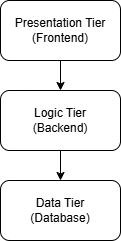
The draw.io diagram architecturaldigram.drawio.png in rushamdr0410/M2, before a commit. Source tidied: cells renumbered, new cells last; positions are measured from the earlier drawing's top-left corner, leaving out a move shared by most shapes. Its diagram source:
```xml
<mxGraphModel>
  <root>
    <mxCell id="0" />
    <mxCell id="1" parent="0" />
    <mxCell id="2" style="edgeStyle=orthogonalEdgeStyle;rounded=0;jettySize=auto;html=1;" parent="1" edge="1" source="3" target="5">
      <mxGeometry relative="1" as="geometry" />
    </mxCell>
    <mxCell id="3" value="Presentation Tier&lt;div&gt;(Frontend)&lt;/div&gt;" style="rounded=1;whiteSpace=wrap;html=1;" parent="1" vertex="1">
      <mxGeometry width="120" height="60" as="geometry" />
    </mxCell>
    <mxCell id="4" style="edgeStyle=orthogonalEdgeStyle;rounded=0;jettySize=auto;html=1;" parent="1" edge="1" source="5" target="6">
      <mxGeometry relative="1" as="geometry" />
    </mxCell>
    <mxCell id="5" value="Logic Tier&lt;div&gt;(Backend)&lt;/div&gt;" style="rounded=1;whiteSpace=wrap;html=1;" parent="1" vertex="1">
      <mxGeometry y="90" width="120" height="60" as="geometry" />
    </mxCell>
    <mxCell id="6" value="Data Tier&lt;div&gt;(Database)&lt;/div&gt;" style="rounded=1;whiteSpace=wrap;html=1;" parent="1" vertex="1">
      <mxGeometry y="180" width="120" height="60" as="geometry" />
    </mxCell>
  </root>
</mxGraphModel>
```
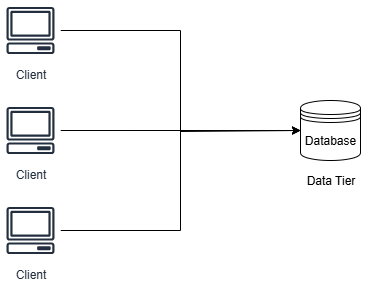
The same file after the commit.

Diff of the diagram source:
```diff
@@ -2,20 +2,41 @@
   <root>
     <mxCell id="0" />
     <mxCell id="1" parent="0" />
-    <mxCell id="2" style="edgeStyle=orthogonalEdgeStyle;rounded=0;jettySize=auto;html=1;" parent="1" edge="1" source="3" target="5">
-      <mxGeometry relative="1" as="geometry" />
-    </mxCell>
-    <mxCell id="3" value="Presentation Tier&lt;div&gt;(Frontend)&lt;/div&gt;" style="rounded=1;whiteSpace=wrap;html=1;" parent="1" vertex="1">
-      <mxGeometry width="120" height="60" as="geometry" />
-    </mxCell>
-    <mxCell id="4" style="edgeStyle=orthogonalEdgeStyle;rounded=0;jettySize=auto;html=1;" parent="1" edge="1" source="5" target="6">
-      <mxGeometry relative="1" as="geometry" />
-    </mxCell>
-    <mxCell id="5" value="Logic Tier&lt;div&gt;(Backend)&lt;/div&gt;" style="rounded=1;whiteSpace=wrap;html=1;" parent="1" vertex="1">
-      <mxGeometry y="90" width="120" height="60" as="geometry" />
-    </mxCell>
-    <mxCell id="6" value="Data Tier&lt;div&gt;(Database)&lt;/div&gt;" style="rounded=1;whiteSpace=wrap;html=1;" parent="1" vertex="1">
-      <mxGeometry y="180" width="120" height="60" as="geometry" />
-    </mxCell>
+    <mxCell id="7" value="Database" style="shape=datastore;whiteSpace=wrap;html=1;" parent="1" vertex="1">
+      <mxGeometry x="210" y="110" width="60" height="60" as="geometry" />
+    </mxCell>
+    <mxCell id="8" style="edgeStyle=orthogonalEdgeStyle;rounded=0;jettySize=auto;html=1;entryX=0;entryY=0.5;entryDx=0;entryDy=0;" parent="1" edge="1" source="9" target="7">
+      <mxGeometry relative="1" as="geometry" />
+    </mxCell>
+    <mxCell id="9" value="Client" style="sketch=0;outlineConnect=0;fontColor=#232F3E;gradientColor=none;strokeColor=#232F3E;fillColor=#ffffff;dashed=0;verticalLabelPosition=bottom;verticalAlign=top;align=center;html=1;fontSize=12;fontStyle=0;shape=mxgraph.aws4.resourceIcon;resIcon=mxgraph.aws4.client;" parent="1" vertex="1">
+      <mxGeometry x="-90" y="10" width="60" height="60" as="geometry" />
+    </mxCell>
+    <mxCell id="10" style="edgeStyle=orthogonalEdgeStyle;rounded=0;jettySize=auto;html=1;" parent="1" edge="1" source="11">
+      <mxGeometry relative="1" as="geometry">
+        <mxPoint x="210" y="140" as="targetPoint" />
+        <Array as="points">
+          <mxPoint x="90" y="140" />
+          <mxPoint x="90" y="141" />
+        </Array>
+      </mxGeometry>
+    </mxCell>
+    <mxCell id="11" value="Client" style="sketch=0;outlineConnect=0;fontColor=#232F3E;gradientColor=none;strokeColor=#232F3E;fillColor=#ffffff;dashed=0;verticalLabelPosition=bottom;verticalAlign=top;align=center;html=1;fontSize=12;fontStyle=0;shape=mxgraph.aws4.resourceIcon;resIcon=mxgraph.aws4.client;" parent="1" vertex="1">
+      <mxGeometry x="-90" y="110" width="60" height="60" as="geometry" />
+    </mxCell>
+    <mxCell id="12" style="edgeStyle=orthogonalEdgeStyle;rounded=0;jettySize=auto;html=1;" parent="1" edge="1" source="13">
+      <mxGeometry relative="1" as="geometry">
+        <mxPoint x="210" y="140" as="targetPoint" />
+        <Array as="points">
+          <mxPoint x="90" y="240" />
+          <mxPoint x="90" y="140" />
+        </Array>
+      </mxGeometry>
+    </mxCell>
+    <mxCell id="13" value="Client" style="sketch=0;outlineConnect=0;fontColor=#232F3E;gradientColor=none;strokeColor=#232F3E;fillColor=#ffffff;dashed=0;verticalLabelPosition=bottom;verticalAlign=top;align=center;html=1;fontSize=12;fontStyle=0;shape=mxgraph.aws4.resourceIcon;resIcon=mxgraph.aws4.client;" parent="1" vertex="1">
+      <mxGeometry x="-90" y="210" width="60" height="60" as="geometry" />
+    </mxCell>
+    <mxCell id="14" value="Data Tier" style="text;html=1;align=center;verticalAlign=middle;strokeColor=none;fillColor=none;" parent="1" vertex="1">
+      <mxGeometry x="205" y="175" width="70" height="30" as="geometry" />
+    </mxCell>
   </root>
 </mxGraphModel>
```
